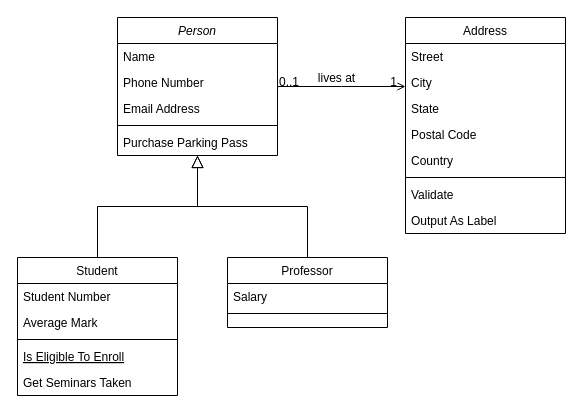
burrkules/assignment_1 keeps this draw.io diagram as UML-Diagram.drawio. Above is the earlier version. Source tidied: cells renumbered, new cells numbered last; positions are measured from the earlier drawing's top-left corner, leaving out a move shared by most shapes. Both pictures are drawn from the tidied source at 100%, with x=0, y=0 at pixel (17, 17).
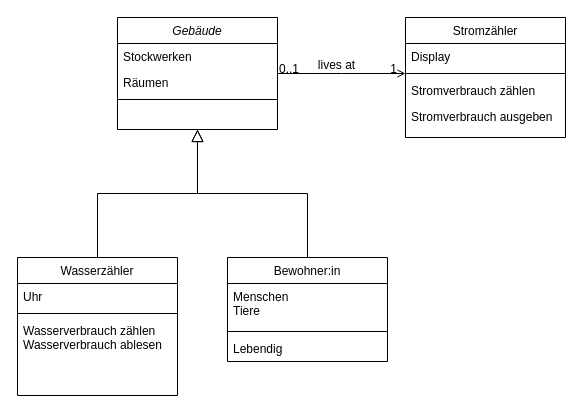
Above is the later version.

Change to the diagram source:
```diff
@@
-    <mxCell id="2" value="Person" style="swimlane;fontStyle=2;align=center;verticalAlign=top;horizontal=1;startSize=26;rounded=0;shadow=0;strokeWidth=1;" parent="1" vertex="1">
-      <mxGeometry x="100" width="160" height="138" as="geometry" />
+    <mxCell id="2" value="Gebäude" style="swimlane;fontStyle=2;align=center;verticalAlign=top;horizontal=1;startSize=26;rounded=0;shadow=0;strokeWidth=1;" parent="1" vertex="1">
+      <mxGeometry x="100" width="160" height="112" as="geometry" />
     </mxCell>
-    <mxCell id="3" value="Name" style="text;align=left;verticalAlign=top;spacingLeft=4;spacingRight=4;overflow=hidden;" parent="2" vertex="1">
+    <mxCell id="3" value="Stockwerken&#10;" style="text;align=left;verticalAlign=top;spacingLeft=4;spacingRight=4;overflow=hidden;" parent="2" vertex="1">
       <mxGeometry y="26" width="160" height="26" as="geometry" />
     </mxCell>
-    <mxCell id="4" value="Phone Number" style="text;align=left;verticalAlign=top;spacingLeft=4;spacingRight=4;overflow=hidden;rounded=0;shadow=0;html=0;" parent="2" vertex="1">
+    <mxCell id="4" value="Räumen" style="text;align=left;verticalAlign=top;spacingLeft=4;spacingRight=4;overflow=hidden;rounded=0;shadow=0;html=0;" parent="2" vertex="1">
       <mxGeometry y="52" width="160" height="26" as="geometry" />
     </mxCell>
-    <mxCell id="5" value="Email Address" style="text;align=left;verticalAlign=top;spacingLeft=4;spacingRight=4;overflow=hidden;rounded=0;shadow=0;html=0;" parent="2" vertex="1">
-      <mxGeometry y="78" width="160" height="26" as="geometry" />
-    </mxCell>
     <mxCell id="6" style="line;html=1;strokeWidth=1;align=left;verticalAlign=middle;spacingTop=-1;spacingLeft=3;spacingRight=3;labelPosition=right;" parent="2" vertex="1">
-      <mxGeometry y="104" width="160" height="8" as="geometry" />
+      <mxGeometry y="78" width="160" height="8" as="geometry" />
     </mxCell>
-    <mxCell id="7" value="Purchase Parking Pass" style="text;align=left;verticalAlign=top;spacingLeft=4;spacingRight=4;overflow=hidden;" parent="2" vertex="1">
-      <mxGeometry y="112" width="160" height="26" as="geometry" />
-    </mxCell>
-    <mxCell id="8" value="Student" style="swimlane;fontStyle=0;align=center;verticalAlign=top;horizontal=1;startSize=26;rounded=0;shadow=0;strokeWidth=1;" parent="1" vertex="1">
+    <mxCell id="8" value="Wasserzähler" style="swimlane;fontStyle=0;align=center;verticalAlign=top;horizontal=1;startSize=26;rounded=0;shadow=0;strokeWidth=1;" parent="1" vertex="1">
       <mxGeometry y="240" width="160" height="138" as="geometry" />
     </mxCell>
-    <mxCell id="9" value="Student Number" style="text;align=left;verticalAlign=top;spacingLeft=4;spacingRight=4;overflow=hidden;" parent="8" vertex="1">
+    <mxCell id="9" value="Uhr" style="text;align=left;verticalAlign=top;spacingLeft=4;spacingRight=4;overflow=hidden;" parent="8" vertex="1">
       <mxGeometry y="26" width="160" height="26" as="geometry" />
     </mxCell>
-    <mxCell id="10" value="Average Mark" style="text;align=left;verticalAlign=top;spacingLeft=4;spacingRight=4;overflow=hidden;rounded=0;shadow=0;html=0;" parent="8" vertex="1">
-      <mxGeometry y="52" width="160" height="26" as="geometry" />
-    </mxCell>
     <mxCell id="11" style="line;html=1;strokeWidth=1;align=left;verticalAlign=middle;spacingTop=-1;spacingLeft=3;spacingRight=3;labelPosition=right;" parent="8" vertex="1">
-      <mxGeometry y="78" width="160" height="8" as="geometry" />
+      <mxGeometry y="52" width="160" height="8" as="geometry" />
     </mxCell>
-    <mxCell id="12" value="Is Eligible To Enroll" style="text;align=left;verticalAlign=top;spacingLeft=4;spacingRight=4;overflow=hidden;fontStyle=4;" parent="8" vertex="1">
-      <mxGeometry y="86" width="160" height="26" as="geometry" />
-    </mxCell>
-    <mxCell id="13" value="Get Seminars Taken" style="text;align=left;verticalAlign=top;spacingLeft=4;spacingRight=4;overflow=hidden;" parent="8" vertex="1">
-      <mxGeometry y="112" width="160" height="26" as="geometry" />
+    <mxCell id="13" value="Wasserverbrauch zählen&#10;Wasserverbrauch ablesen&#10;" style="text;align=left;verticalAlign=top;spacingLeft=4;spacingRight=4;overflow=hidden;" parent="8" vertex="1">
+      <mxGeometry y="60" width="160" height="44" as="geometry" />
     </mxCell>
@@
-    <mxCell id="15" value="Professor" style="swimlane;fontStyle=0;align=center;verticalAlign=top;horizontal=1;startSize=26;rounded=0;shadow=0;strokeWidth=1;" parent="1" vertex="1">
-      <mxGeometry x="210" y="240" width="160" height="70" as="geometry" />
+    <mxCell id="15" value="Bewohner:in" style="swimlane;fontStyle=0;align=center;verticalAlign=top;horizontal=1;startSize=26;rounded=0;shadow=0;strokeWidth=1;" parent="1" vertex="1">
+      <mxGeometry x="210" y="240" width="160" height="104" as="geometry" />
     </mxCell>
-    <mxCell id="16" value="Salary" style="text;align=left;verticalAlign=top;spacingLeft=4;spacingRight=4;overflow=hidden;" parent="15" vertex="1">
-      <mxGeometry y="26" width="160" height="26" as="geometry" />
+    <mxCell id="16" value="Menschen&#10;Tiere&#10;&#10;" style="text;align=left;verticalAlign=top;spacingLeft=4;spacingRight=4;overflow=hidden;" parent="15" vertex="1">
+      <mxGeometry y="26" width="160" height="44" as="geometry" />
     </mxCell>
     <mxCell id="17" style="line;html=1;strokeWidth=1;align=left;verticalAlign=middle;spacingTop=-1;spacingLeft=3;spacingRight=3;labelPosition=right;" parent="15" vertex="1">
-      <mxGeometry y="52" width="160" height="8" as="geometry" />
+      <mxGeometry y="70" width="160" height="8" as="geometry" />
     </mxCell>
+    <mxCell id="32" value="Lebendig" style="text;align=left;verticalAlign=top;spacingLeft=4;spacingRight=4;overflow=hidden;" parent="15" vertex="1">
+      <mxGeometry y="78" width="160" height="26" as="geometry" />
+    </mxCell>
@@
-    <mxCell id="19" value="Address" style="swimlane;fontStyle=0;align=center;verticalAlign=top;horizontal=1;startSize=26;rounded=0;shadow=0;strokeWidth=1;" parent="1" vertex="1">
-      <mxGeometry x="388" width="160" height="216" as="geometry" />
+    <mxCell id="19" value="Stromzähler" style="swimlane;fontStyle=0;align=center;verticalAlign=top;horizontal=1;startSize=26;rounded=0;shadow=0;strokeWidth=1;" parent="1" vertex="1">
+      <mxGeometry x="388" width="160" height="120" as="geometry" />
     </mxCell>
-    <mxCell id="20" value="Street" style="text;align=left;verticalAlign=top;spacingLeft=4;spacingRight=4;overflow=hidden;" parent="19" vertex="1">
+    <mxCell id="20" value="Display" style="text;align=left;verticalAlign=top;spacingLeft=4;spacingRight=4;overflow=hidden;" parent="19" vertex="1">
       <mxGeometry y="26" width="160" height="26" as="geometry" />
     </mxCell>
-    <mxCell id="21" value="City" style="text;align=left;verticalAlign=top;spacingLeft=4;spacingRight=4;overflow=hidden;rounded=0;shadow=0;html=0;" parent="19" vertex="1">
-      <mxGeometry y="52" width="160" height="26" as="geometry" />
-    </mxCell>
-    <mxCell id="22" value="State" style="text;align=left;verticalAlign=top;spacingLeft=4;spacingRight=4;overflow=hidden;rounded=0;shadow=0;html=0;" parent="19" vertex="1">
-      <mxGeometry y="78" width="160" height="26" as="geometry" />
-    </mxCell>
-    <mxCell id="23" value="Postal Code" style="text;align=left;verticalAlign=top;spacingLeft=4;spacingRight=4;overflow=hidden;rounded=0;shadow=0;html=0;" parent="19" vertex="1">
-      <mxGeometry y="104" width="160" height="26" as="geometry" />
-    </mxCell>
-    <mxCell id="24" value="Country" style="text;align=left;verticalAlign=top;spacingLeft=4;spacingRight=4;overflow=hidden;rounded=0;shadow=0;html=0;" parent="19" vertex="1">
-      <mxGeometry y="130" width="160" height="26" as="geometry" />
-    </mxCell>
     <mxCell id="25" style="line;html=1;strokeWidth=1;align=left;verticalAlign=middle;spacingTop=-1;spacingLeft=3;spacingRight=3;labelPosition=right;" parent="19" vertex="1">
-      <mxGeometry y="156" width="160" height="8" as="geometry" />
+      <mxGeometry y="52" width="160" height="8" as="geometry" />
     </mxCell>
-    <mxCell id="26" value="Validate" style="text;align=left;verticalAlign=top;spacingLeft=4;spacingRight=4;overflow=hidden;" parent="19" vertex="1">
-      <mxGeometry y="164" width="160" height="26" as="geometry" />
+    <mxCell id="26" value="Stromverbrauch zählen" style="text;align=left;verticalAlign=top;spacingLeft=4;spacingRight=4;overflow=hidden;" parent="19" vertex="1">
+      <mxGeometry y="60" width="160" height="26" as="geometry" />
     </mxCell>
-    <mxCell id="27" value="Output As Label" style="text;align=left;verticalAlign=top;spacingLeft=4;spacingRight=4;overflow=hidden;" parent="19" vertex="1">
-      <mxGeometry y="190" width="160" height="26" as="geometry" />
+    <mxCell id="27" value="Stromverbrauch ausgeben" style="text;align=left;verticalAlign=top;spacingLeft=4;spacingRight=4;overflow=hidden;" parent="19" vertex="1">
+      <mxGeometry y="86" width="160" height="26" as="geometry" />
     </mxCell>
```
